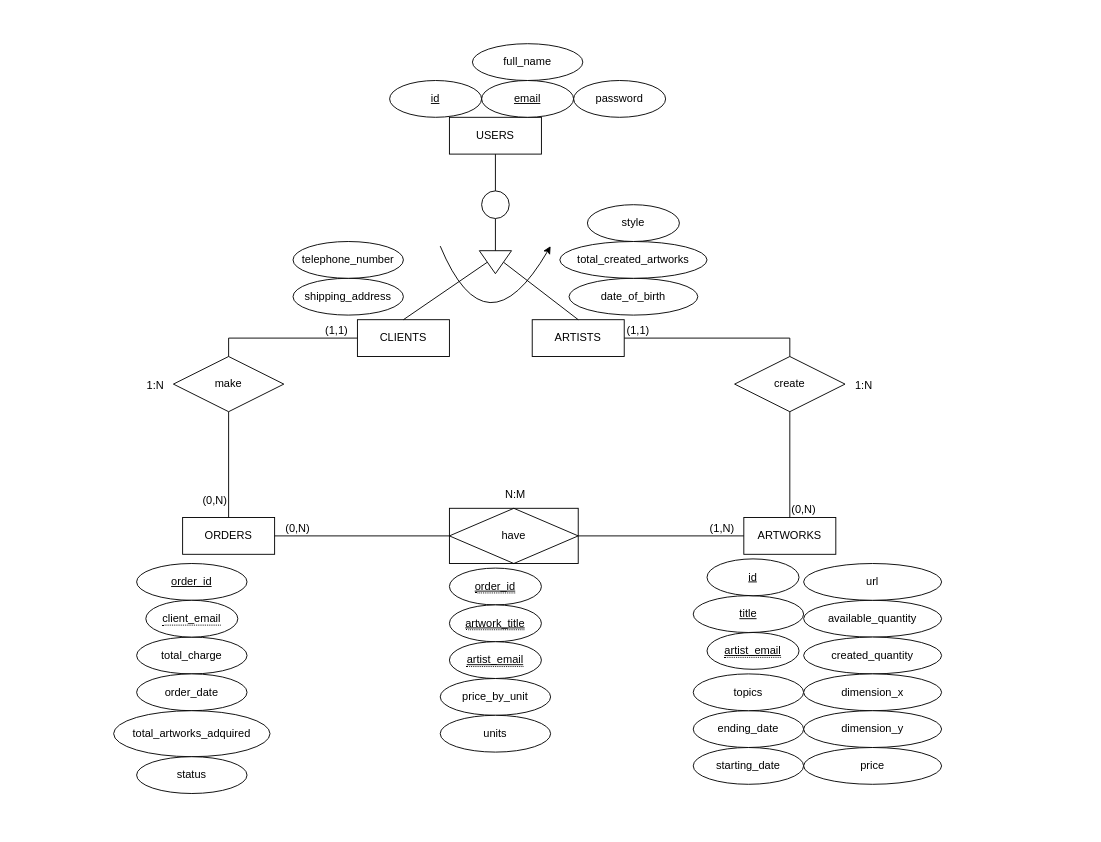
Before: documentación/documentación del producto/documentación del sistema/documentación diseño/diagrama entidad-relación.drawio in GaelCodes/Ecommerce-Leonard-Devinch, a draw.io diagram. Source tidied: cells renumbered, new cells numbered last; positions are measured from the earlier drawing's top-left corner, leaving out a move shared by most shapes. Both pictures are drawn from the tidied source at 92%, with x=0, y=0 at pixel (16, 16).
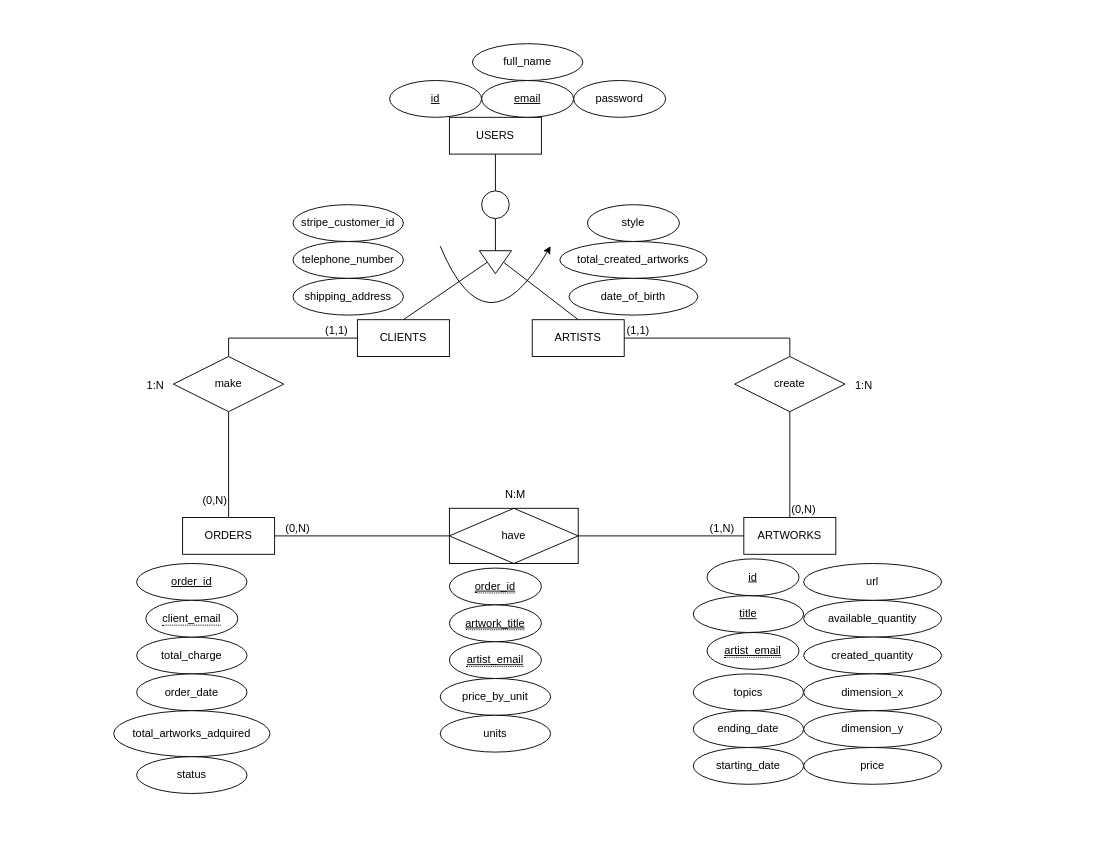
Above is the later version.

Commit message (it also covers changes not shown here):
Actualización diseño de BBDD para integrar con Stripe

Change to the diagram source:
```diff
@@
+    <mxCell id="67" value="stripe_customer_id" style="ellipse;whiteSpace=wrap;html=1;align=center;fontStyle=0;" parent="1" vertex="1">
+      <mxGeometry x="301" y="205" width="120" height="40" as="geometry" />
+    </mxCell>
```
